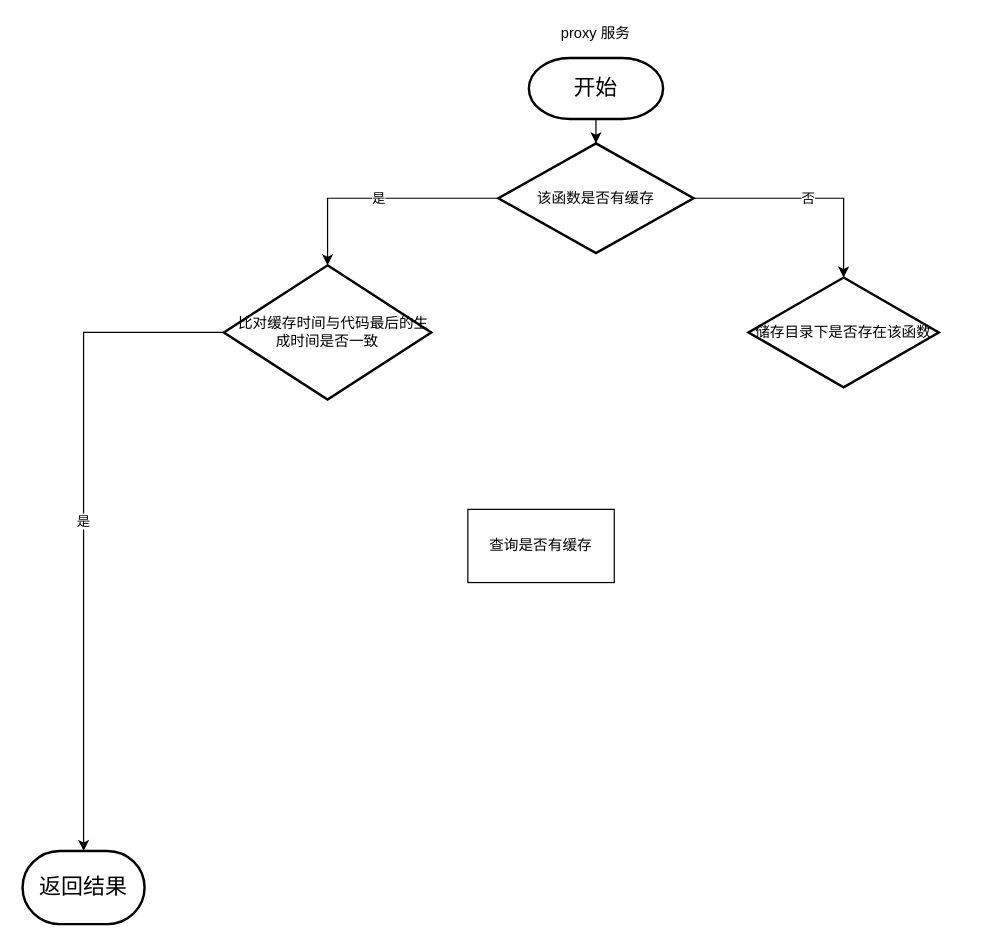
The draw.io diagram src/未命名绘图.drawio in NPjuan/lettleLin, before the edit. Source tidied: cells renumbered, new cells numbered last; positions are measured from the earlier drawing's top-left corner, leaving out a move shared by most shapes. Both pictures are drawn from the tidied source at 122%, with x=0, y=0 at pixel (22, 21).
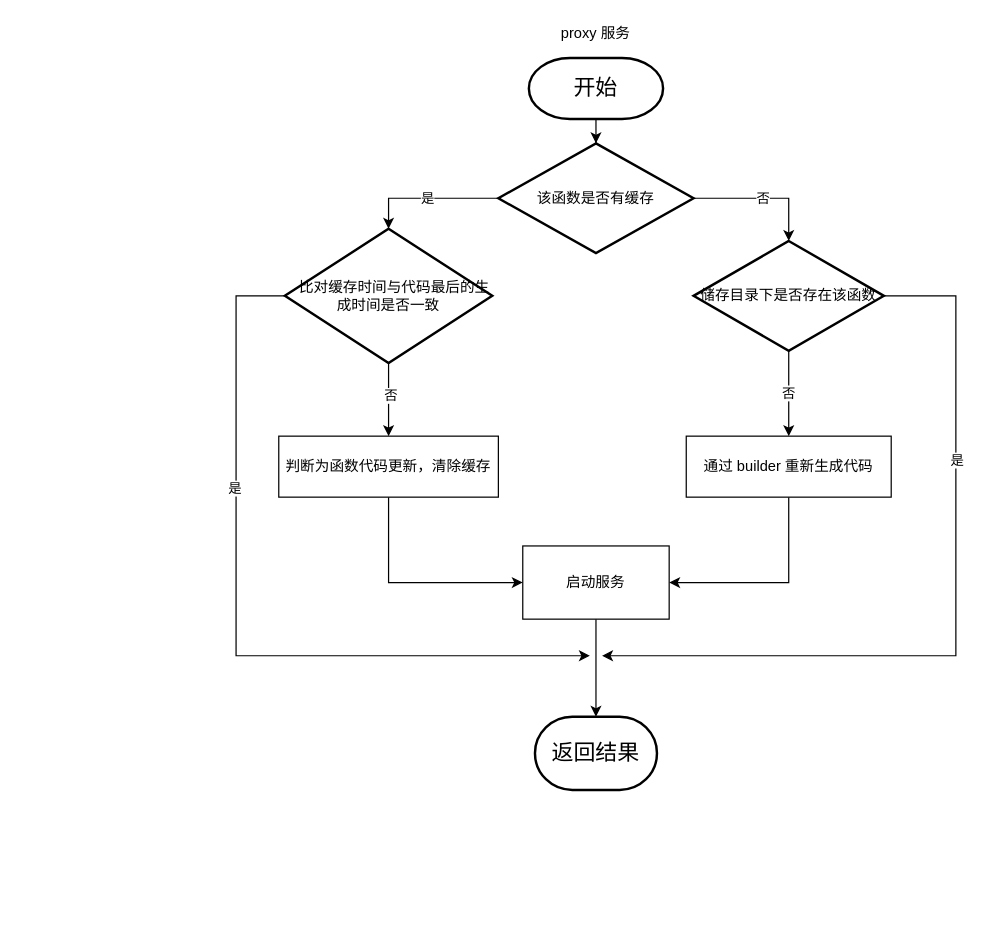
The same diagram, later.

Commit message (it also covers changes not shown here):
更新未命名绘图.drawio

The change refers to these unchanged cells:
```xml
<mxCell id="8" value="该函数是否有缓存" style="strokeWidth=2;html=1;shape=mxgraph.flowchart.decision;whiteSpace=wrap;" parent="1" vertex="1">
  <mxGeometry x="390" y="100" width="160" height="90" as="geometry" />
</mxCell>
```

What changed in the source:
```diff
@@
+    <mxCell id="13" style="edgeStyle=orthogonalEdgeStyle;rounded=0;jettySize=auto;html=1;endArrow=classic;endFill=1;strokeColor=#000000;" parent="1" edge="1" source="4" target="11">
+      <mxGeometry relative="1" as="geometry" />
+    </mxCell>
-    <mxCell id="4" value="查询是否有缓存" style="rounded=0;whiteSpace=wrap;html=1;" parent="1" vertex="1">
-      <mxGeometry x="365" y="400" width="120" height="60" as="geometry" />
+    <mxCell id="4" value="启动服务" style="rounded=0;whiteSpace=wrap;html=1;" parent="1" vertex="1">
+      <mxGeometry x="410" y="430" width="120" height="60" as="geometry" />
     </mxCell>
@@
     <mxCell id="7" value="否" style="edgeStyle=orthogonalEdgeStyle;rounded=0;jettySize=auto;html=1;exitX=1;exitY=0.5;exitDx=0;exitDy=0;exitPerimeter=0;entryX=0.5;entryY=0;entryDx=0;entryDy=0;" parent="1" edge="1" source="8" target="12">
       <mxGeometry relative="1" as="geometry">
         <Array as="points">
-          <mxPoint x="673" y="145" />
+          <mxPoint x="628" y="145" />
         </Array>
       </mxGeometry>
     </mxCell>
@@
-    <mxCell id="9" value="是" style="edgeStyle=orthogonalEdgeStyle;rounded=0;jettySize=auto;html=1;entryX=0.5;entryY=0;entryDx=0;entryDy=0;entryPerimeter=0;" parent="1" edge="1" source="10" target="11">
-      <mxGeometry relative="1" as="geometry" />
-    </mxCell>
+    <mxCell id="14" style="edgeStyle=orthogonalEdgeStyle;rounded=0;jettySize=auto;html=1;entryX=0.5;entryY=0;entryDx=0;entryDy=0;" parent="1" edge="1" source="10" target="22">
+      <mxGeometry relative="1" as="geometry" />
+    </mxCell>
+    <mxCell id="15" value="否" style="edgeLabel;html=1;align=center;verticalAlign=middle;" parent="14" vertex="1">
+      <mxGeometry x="-0.14" y="1" relative="1" as="geometry" />
+    </mxCell>
+    <mxCell id="16" style="edgeStyle=orthogonalEdgeStyle;rounded=0;jettySize=auto;html=1;endArrow=classic;endFill=1;strokeColor=#000000;exitX=0;exitY=0.5;exitDx=0;exitDy=0;exitPerimeter=0;" parent="1" edge="1" source="10">
+      <mxGeometry relative="1" as="geometry">
+        <mxPoint x="465" y="520" as="targetPoint" />
+        <Array as="points">
+          <mxPoint x="175" y="225" />
+          <mxPoint x="175" y="520" />
+        </Array>
+      </mxGeometry>
+    </mxCell>
+    <mxCell id="17" value="是" style="edgeLabel;html=1;align=center;verticalAlign=middle;" parent="16" vertex="1">
+      <mxGeometry x="-0.37" y="-2" relative="1" as="geometry" />
+    </mxCell>
     <mxCell id="10" value="&amp;nbsp; &amp;nbsp;比对缓存时间与代码最后的生成时间是否一致" style="strokeWidth=2;html=1;shape=mxgraph.flowchart.decision;whiteSpace=wrap;align=center;" parent="1" vertex="1">
-      <mxGeometry x="165" y="200" width="170" height="110" as="geometry" />
+      <mxGeometry x="215" y="170" width="170" height="110" as="geometry" />
     </mxCell>
     <mxCell id="11" value="&lt;font style=&quot;font-size: 18px&quot;&gt;返回结果&lt;/font&gt;" style="strokeWidth=2;html=1;shape=mxgraph.flowchart.terminator;whiteSpace=wrap;" parent="1" vertex="1">
-      <mxGeometry y="680" width="100" height="60" as="geometry" />
+      <mxGeometry x="420" y="570" width="100" height="60" as="geometry" />
     </mxCell>
+    <mxCell id="18" value="否" style="edgeStyle=orthogonalEdgeStyle;rounded=0;jettySize=auto;html=1;endArrow=classic;endFill=1;strokeColor=#000000;entryX=0.5;entryY=0;entryDx=0;entryDy=0;" parent="1" edge="1" source="12" target="24">
+      <mxGeometry relative="1" as="geometry" />
+    </mxCell>
+    <mxCell id="19" style="edgeStyle=orthogonalEdgeStyle;rounded=0;jettySize=auto;html=1;endArrow=classic;endFill=1;strokeColor=#000000;exitX=1;exitY=0.5;exitDx=0;exitDy=0;" parent="1" edge="1" source="12">
+      <mxGeometry relative="1" as="geometry">
+        <mxPoint x="475" y="520" as="targetPoint" />
+        <Array as="points">
+          <mxPoint x="765" y="225" />
+          <mxPoint x="765" y="520" />
+        </Array>
+      </mxGeometry>
+    </mxCell>
+    <mxCell id="20" value="是" style="edgeLabel;html=1;align=center;verticalAlign=middle;" parent="19" vertex="1">
+      <mxGeometry x="-0.4" relative="1" as="geometry" />
+    </mxCell>
     <mxCell id="12" value="储存目录下是否存在该函数" style="rhombus;whiteSpace=wrap;html=1;strokeWidth=2;" parent="1" vertex="1">
-      <mxGeometry x="595" y="210" width="156" height="90" as="geometry" />
+      <mxGeometry x="550" y="180" width="156" height="90" as="geometry" />
     </mxCell>
+    <mxCell id="21" style="edgeStyle=orthogonalEdgeStyle;rounded=0;jettySize=auto;html=1;entryX=0;entryY=0.5;entryDx=0;entryDy=0;exitX=0.5;exitY=1;exitDx=0;exitDy=0;" parent="1" edge="1" source="22" target="4">
+      <mxGeometry relative="1" as="geometry" />
+    </mxCell>
+    <mxCell id="22" value="判断为函数代码更新，清除缓存" style="rounded=0;whiteSpace=wrap;html=1;" parent="1" vertex="1">
+      <mxGeometry x="210" y="340" width="180" height="50" as="geometry" />
+    </mxCell>
+    <mxCell id="23" style="edgeStyle=orthogonalEdgeStyle;rounded=0;jettySize=auto;html=1;entryX=1;entryY=0.5;entryDx=0;entryDy=0;endArrow=classic;endFill=1;strokeColor=#000000;exitX=0.5;exitY=1;exitDx=0;exitDy=0;" parent="1" edge="1" source="24" target="4">
+      <mxGeometry relative="1" as="geometry" />
+    </mxCell>
+    <mxCell id="24" value="通过 builder 重新生成代码" style="rounded=0;whiteSpace=wrap;html=1;strokeWidth=1;" parent="1" vertex="1">
+      <mxGeometry x="544" y="340" width="168" height="50" as="geometry" />
+    </mxCell>
```
